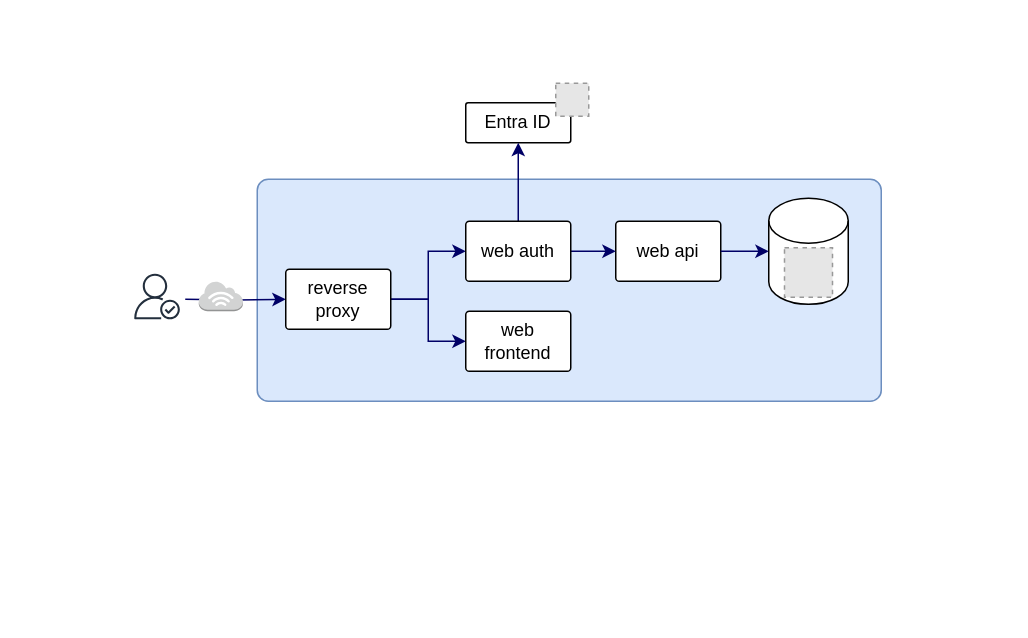
The draw.io diagram docs/media/architecture.drawio in ucl-arc-tre/portal, before the edit. Source tidied: cells renumbered, new cells numbered last; positions are measured from the earlier drawing's top-left corner, leaving out a move shared by most shapes. Both pictures are drawn from the tidied source at 150%, with x=0, y=0 at pixel (134, 82). Pictures stored in the file or linked from it are replaced by grey dashed boxes.
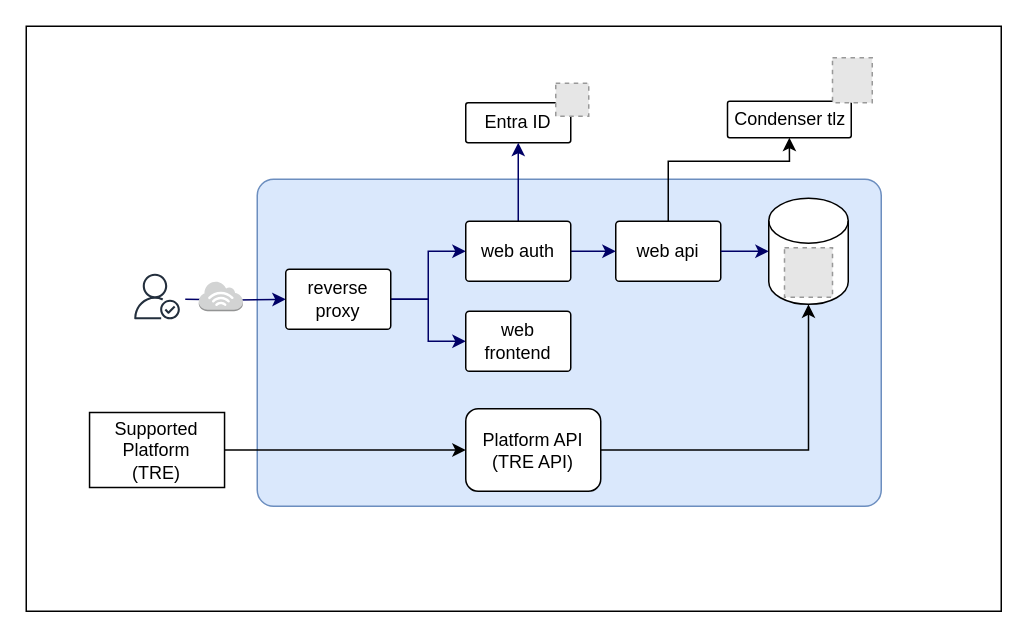
The same diagram, later.

The change refers to these unchanged cells:
```xml
<mxCell id="10" value="web api" style="rounded=1;whiteSpace=wrap;html=1;arcSize=6;" parent="1" vertex="1">
  <mxGeometry x="321" y="92" width="70" height="40" as="geometry" />
</mxCell>
<mxCell id="14" style="shape=cylinder3;whiteSpace=wrap;html=1;boundedLbl=1;backgroundOutline=1;size=15;" parent="1" vertex="1">
  <mxGeometry x="423" y="76.7" width="53" height="70.7" as="geometry" />
</mxCell>
```

The edit, as a diff of the source:
```diff
@@
+    <mxCell id="19" style="rounded=0;whiteSpace=wrap;html=1;" parent="1" vertex="1">
+      <mxGeometry x="-72" y="-38" width="650" height="390" as="geometry" />
+    </mxCell>
     <mxCell id="2" style="rounded=1;whiteSpace=wrap;html=1;arcSize=5;fillColor=#dae8fc;strokeColor=#6c8ebf;" parent="1" vertex="1">
-      <mxGeometry x="82" y="64" width="416" height="148" as="geometry" />
+      <mxGeometry x="82" y="64" width="416" height="218" as="geometry" />
     </mxCell>
@@
+    <mxCell id="20" style="edgeStyle=orthogonalEdgeStyle;rounded=0;jettySize=auto;html=1;entryX=0.5;entryY=1;entryDx=0;entryDy=0;" parent="1" edge="1" source="10" target="21">
+      <mxGeometry relative="1" as="geometry">
+        <Array as="points">
+          <mxPoint x="356" y="52" />
+          <mxPoint x="437" y="52" />
+        </Array>
+      </mxGeometry>
+    </mxCell>
@@
+    <mxCell id="21" value="Condenser tlz" style="rounded=1;whiteSpace=wrap;html=1;arcSize=6;" parent="1" vertex="1">
+      <mxGeometry x="395.5" y="12" width="82.5" height="24.3" as="geometry" />
+    </mxCell>
+    <mxCell id="22" style="fillColor=#E6E6E6;strokeColor=#999999;dashed=1;verticalLabelPosition=bottom;labelBackgroundColor=default;verticalAlign=top;" parent="1" vertex="1">
+      <mxGeometry x="465.5" y="-17" width="26.5" height="30" as="geometry" />
+    </mxCell>
+    <mxCell id="23" value="Platform API&lt;div&gt;(TRE API)&lt;/div&gt;" style="rounded=1;whiteSpace=wrap;html=1;" parent="1" vertex="1">
+      <mxGeometry x="221" y="217" width="90" height="55" as="geometry" />
+    </mxCell>
+    <mxCell id="24" style="edgeStyle=orthogonalEdgeStyle;rounded=0;jettySize=auto;html=1;" parent="1" edge="1" source="25" target="23">
+      <mxGeometry relative="1" as="geometry" />
+    </mxCell>
+    <mxCell id="25" value="Supported Platform&lt;div&gt;(TRE)&lt;/div&gt;" style="rounded=0;whiteSpace=wrap;html=1;" parent="1" vertex="1">
+      <mxGeometry x="-29.8" y="219.5" width="90" height="50" as="geometry" />
+    </mxCell>
+    <mxCell id="26" style="edgeStyle=orthogonalEdgeStyle;rounded=0;jettySize=auto;html=1;entryX=0.5;entryY=1;entryDx=0;entryDy=0;entryPerimeter=0;" parent="1" edge="1" source="23" target="14">
+      <mxGeometry relative="1" as="geometry" />
+    </mxCell>
```
